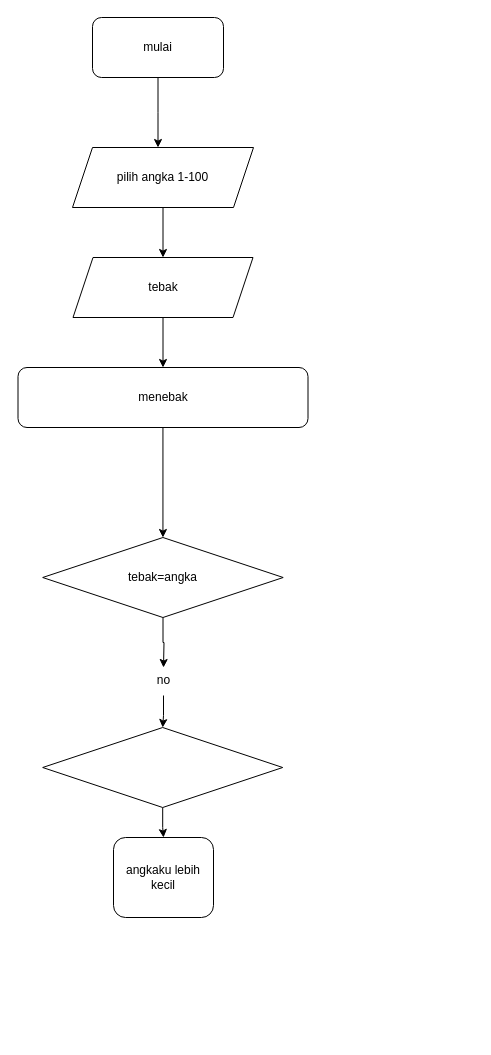
The draw.io diagram Untitled Diagram.drawio in danujk/algo_C_23241092, before the edit. Source tidied: cells renumbered, new cells numbered last; positions are measured from the earlier drawing's top-left corner, leaving out a move shared by most shapes. Both pictures are drawn from the tidied source at 100%, with x=0, y=0 at pixel (17, 17).
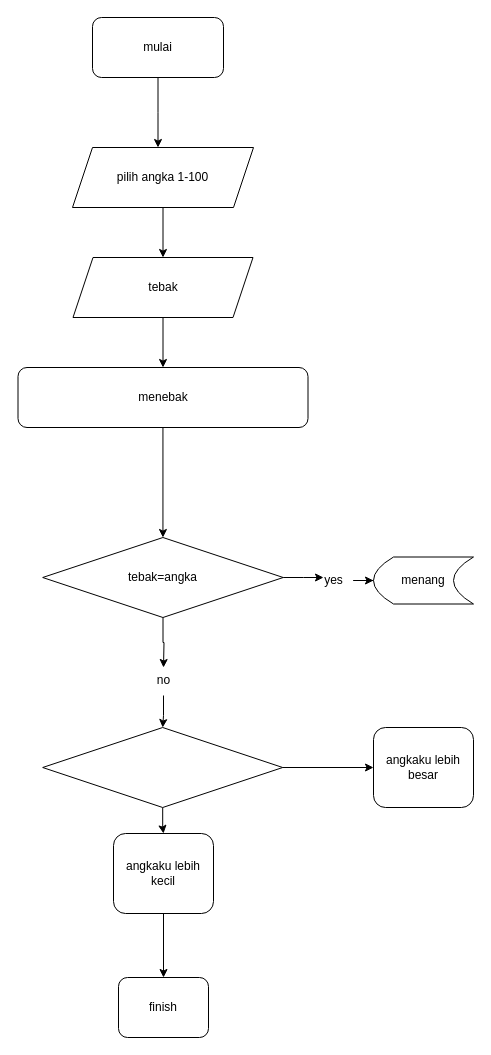
Above is the later version.

Commit message:
TUGAS 1 DIAGRAM

Unchanged cells that the change refers to:
```xml
<mxCell id="11" value="tebak=angka" style="rhombus;whiteSpace=wrap;html=1;" parent="1" vertex="1">
  <mxGeometry x="25.2" y="520" width="240.5" height="80" as="geometry" />
</mxCell>
<mxCell id="15" style="rhombus;whiteSpace=wrap;html=1;" parent="1" vertex="1">
  <mxGeometry x="25.2" y="710" width="240" height="80" as="geometry" />
</mxCell>
```

What changed in the source:
```diff
@@
+    <mxCell id="17" style="edgeStyle=orthogonalEdgeStyle;rounded=0;jettySize=auto;html=1;" parent="1" edge="1" source="11">
+      <mxGeometry relative="1" as="geometry">
+        <mxPoint x="306" y="560" as="targetPoint" />
+      </mxGeometry>
+    </mxCell>
@@
+    <mxCell id="18" style="edgeStyle=orthogonalEdgeStyle;rounded=0;jettySize=auto;html=1;" parent="1" edge="1" source="15" target="23">
+      <mxGeometry relative="1" as="geometry" />
+    </mxCell>
@@
+    <mxCell id="19" style="edgeStyle=orthogonalEdgeStyle;rounded=0;jettySize=auto;html=1;entryX=0.5;entryY=0;entryDx=0;entryDy=0;" parent="1" edge="1" source="16" target="24">
+      <mxGeometry relative="1" as="geometry" />
+    </mxCell>
     <mxCell id="16" value="angkaku lebih kecil" style="rounded=1;whiteSpace=wrap;html=1;" parent="1" vertex="1">
-      <mxGeometry x="96" y="820" width="100" height="80" as="geometry" />
+      <mxGeometry x="96" y="816" width="100" height="80" as="geometry" />
     </mxCell>
+    <mxCell id="20" style="edgeStyle=orthogonalEdgeStyle;rounded=0;jettySize=auto;html=1;" parent="1" edge="1" source="21" target="22">
+      <mxGeometry relative="1" as="geometry" />
+    </mxCell>
+    <mxCell id="21" value="yes" style="text;html=1;align=center;verticalAlign=middle;points=[];strokeColor=none;fillColor=none;" parent="1" vertex="1">
+      <mxGeometry x="296" y="548" width="40" height="30" as="geometry" />
+    </mxCell>
+    <mxCell id="22" value="menang" style="shape=dataStorage;whiteSpace=wrap;html=1;fixedSize=1;" parent="1" vertex="1">
+      <mxGeometry x="356" y="539.5" width="100" height="47" as="geometry" />
+    </mxCell>
+    <mxCell id="23" value="angkaku lebih besar" style="rounded=1;whiteSpace=wrap;html=1;" parent="1" vertex="1">
+      <mxGeometry x="356" y="710" width="100" height="80" as="geometry" />
+    </mxCell>
+    <mxCell id="24" value="finish" style="rounded=1;whiteSpace=wrap;html=1;" parent="1" vertex="1">
+      <mxGeometry x="101" y="960" width="90" height="60" as="geometry" />
+    </mxCell>
```
